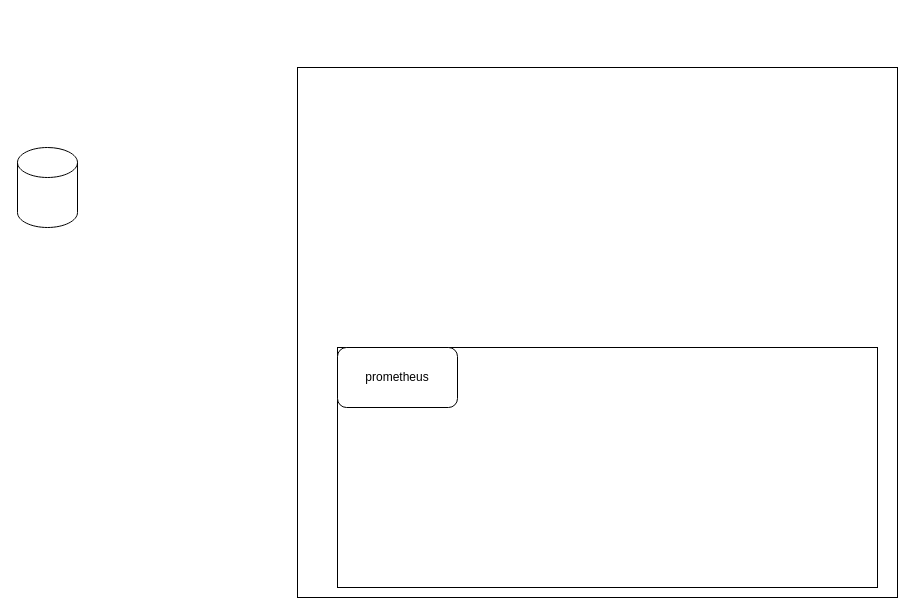
Before: 架构图.drawio in dcf1997/draw.io.repository, a draw.io diagram. Source tidied: cells renumbered, new cells numbered last; positions are measured from the earlier drawing's top-left corner, leaving out a move shared by most shapes. Both pictures are drawn from the tidied source at 100%, with x=0, y=0 at pixel (17, 67).
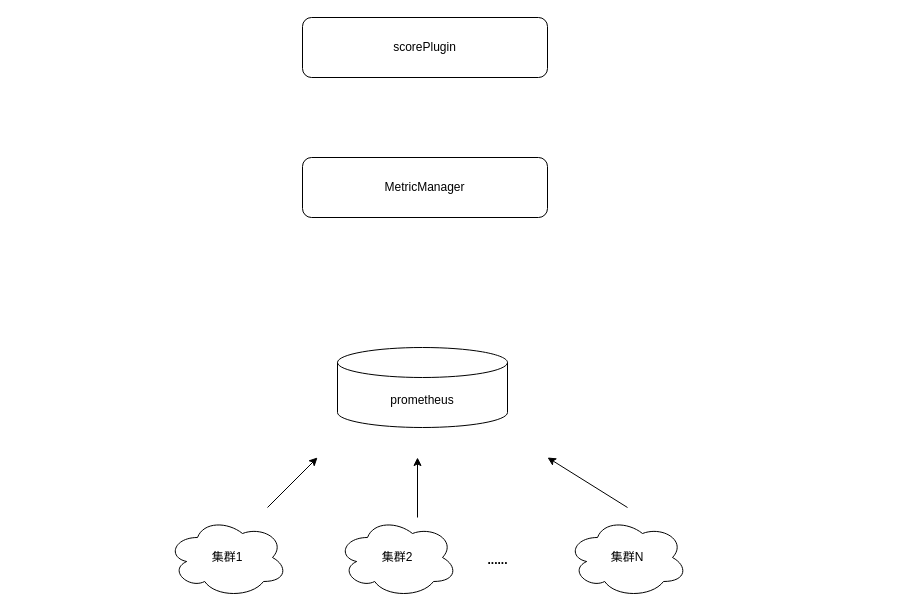
Above is the later version.

Commit message (it also covers changes not shown here):
更新架构图.drawio

What changed in the source:
```diff
@@
 <mxGraphModel>
   <root>
     <mxCell id="0" />
     <mxCell id="1" parent="0" />
-    <mxCell id="2" style="rounded=0;whiteSpace=wrap;html=1;" parent="1" vertex="1">
-      <mxGeometry x="280" width="600" height="530" as="geometry" />
-    </mxCell>
-    <mxCell id="3" style="shape=cylinder3;whiteSpace=wrap;html=1;boundedLbl=1;backgroundOutline=1;size=15;" parent="1" vertex="1">
-      <mxGeometry y="80" width="60" height="80" as="geometry" />
-    </mxCell>
-    <mxCell id="4" style="rounded=0;whiteSpace=wrap;html=1;" parent="1" vertex="1">
-      <mxGeometry x="320" y="280" width="540" height="240" as="geometry" />
-    </mxCell>
+    <mxCell id="6" value="集群1" style="ellipse;shape=cloud;whiteSpace=wrap;html=1;" parent="1" vertex="1">
+      <mxGeometry x="150" y="450" width="120" height="80" as="geometry" />
+    </mxCell>
+    <mxCell id="7" value="集群2" style="ellipse;shape=cloud;whiteSpace=wrap;html=1;" parent="1" vertex="1">
+      <mxGeometry x="320" y="450" width="120" height="80" as="geometry" />
+    </mxCell>
+    <mxCell id="8" value="&lt;b&gt;......&lt;/b&gt;" style="text;html=1;align=center;verticalAlign=middle;strokeColor=none;fillColor=none;" parent="1" vertex="1">
+      <mxGeometry x="460" y="478" width="40" height="30" as="geometry" />
+    </mxCell>
+    <mxCell id="9" value="集群N" style="ellipse;shape=cloud;whiteSpace=wrap;html=1;" parent="1" vertex="1">
+      <mxGeometry x="550" y="450" width="120" height="80" as="geometry" />
+    </mxCell>
-    <mxCell id="5" value="prometheus" style="rounded=1;whiteSpace=wrap;html=1;" parent="1" vertex="1">
-      <mxGeometry x="320" y="280" width="120" height="60" as="geometry" />
+    <mxCell id="5" value="prometheus" style="shape=cylinder3;whiteSpace=wrap;html=1;boundedLbl=1;backgroundOutline=1;size=15;" parent="1" vertex="1">
+      <mxGeometry x="320" y="280" width="170" height="80" as="geometry" />
     </mxCell>
+    <mxCell id="10" style="endArrow=classic;html=1;rounded=0;" parent="1" edge="1">
+      <mxGeometry relative="1" as="geometry">
+        <mxPoint x="250" y="440" as="sourcePoint" />
+        <mxPoint x="300" y="390" as="targetPoint" />
+      </mxGeometry>
+    </mxCell>
+    <mxCell id="11" style="endArrow=classic;html=1;rounded=0;" parent="1" edge="1">
+      <mxGeometry relative="1" as="geometry">
+        <mxPoint x="400" y="450" as="sourcePoint" />
+        <mxPoint x="400" y="390" as="targetPoint" />
+      </mxGeometry>
+    </mxCell>
+    <mxCell id="12" style="endArrow=classic;html=1;rounded=0;" parent="1" edge="1">
+      <mxGeometry relative="1" as="geometry">
+        <mxPoint x="610" y="440" as="sourcePoint" />
+        <mxPoint x="530" y="390" as="targetPoint" />
+      </mxGeometry>
+    </mxCell>
+    <mxCell id="13" value="MetricManager" style="rounded=1;whiteSpace=wrap;html=1;" parent="1" vertex="1">
+      <mxGeometry x="285" y="90" width="245" height="60" as="geometry" />
+    </mxCell>
+    <mxCell id="14" value="scorePlugin" style="rounded=1;whiteSpace=wrap;html=1;" parent="1" vertex="1">
+      <mxGeometry x="285" y="-50" width="245" height="60" as="geometry" />
+    </mxCell>
   </root>
 </mxGraphModel>
```
